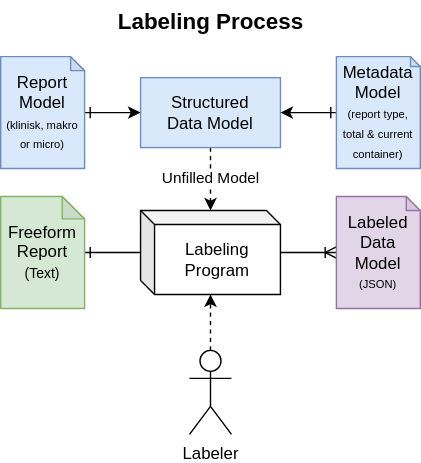
The draw.io diagram figures/Labeling.drawio.svg in Veggissss/FFT2SD, before a commit. Source tidied: cells renumbered, new cells last; positions are measured from the earlier drawing's top-left corner, leaving out a move shared by most shapes.
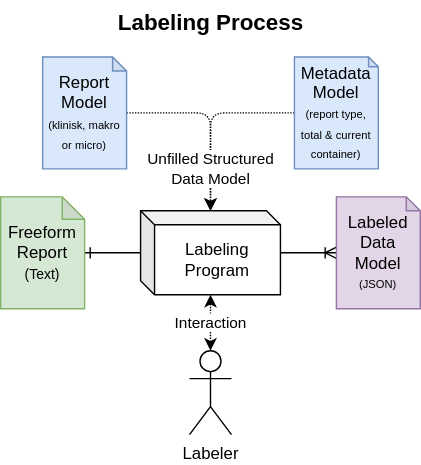
Above is the later version.

The edit, as a diff of the source:
```diff
@@ -2,52 +2,49 @@
   <root>
     <mxCell id="0" />
     <mxCell id="1" parent="0" />
-    <mxCell id="2" style="edgeStyle=orthogonalEdgeStyle;rounded=0;jettySize=auto;html=1;dashed=1;" parent="1" edge="1" source="4" target="8">
-      <mxGeometry relative="1" as="geometry" />
-    </mxCell>
-    <mxCell id="3" value="Unfilled Model" style="edgeLabel;html=1;align=center;verticalAlign=middle;" parent="2" vertex="1">
-      <mxGeometry x="-0.35" relative="1" as="geometry">
-        <mxPoint y="7" as="offset" />
-      </mxGeometry>
-    </mxCell>
-    <mxCell id="4" value="Structured Data&amp;nbsp;&lt;span style=&quot;background-color: initial;&quot;&gt;Model&lt;/span&gt;" style="rounded=0;whiteSpace=wrap;html=1;fillColor=#dae8fc;strokeColor=#6c8ebf;" parent="1" vertex="1">
-      <mxGeometry x="100" y="55" width="100" height="50" as="geometry" />
-    </mxCell>
-    <mxCell id="5" style="edgeStyle=orthogonalEdgeStyle;rounded=0;jettySize=auto;html=1;startArrow=ERone;startFill=0;endArrow=none;endFill=0;" parent="1" edge="1" source="6" target="8">
+    <mxCell id="5" style="edgeStyle=orthogonalEdgeStyle;rounded=1;jettySize=auto;html=1;startArrow=ERone;startFill=0;endArrow=none;endFill=0;" parent="1" edge="1" source="6" target="8">
       <mxGeometry relative="1" as="geometry" />
     </mxCell>
-    <mxCell id="6" value="Freeform&lt;div&gt;Report&lt;/div&gt;&lt;div&gt;&lt;font size=&quot;1&quot;&gt;(Text)&lt;/font&gt;&lt;/div&gt;" style="shape=note;whiteSpace=wrap;html=1;backgroundOutline=1;darkOpacity=0.05;size=16;fillColor=#d5e8d4;strokeColor=#82b366;" parent="1" vertex="1">
+    <mxCell id="6" value="Freeform&lt;div&gt;Report&lt;/div&gt;&lt;div&gt;&lt;font size=&quot;1&quot;&gt;(Text)&lt;/font&gt;&lt;/div&gt;" style="shape=note;whiteSpace=wrap;html=1;backgroundOutline=1;darkOpacity=0.05;size=16;fillColor=#d5e8d4;strokeColor=#82b366;rounded=1;" parent="1" vertex="1">
       <mxGeometry y="140" width="60" height="80" as="geometry" />
     </mxCell>
-    <mxCell id="7" style="edgeStyle=orthogonalEdgeStyle;rounded=0;jettySize=auto;html=1;endArrow=ERoneToMany;endFill=0;startArrow=none;startFill=0;" parent="1" edge="1" source="8" target="9">
+    <mxCell id="7" style="edgeStyle=orthogonalEdgeStyle;rounded=1;jettySize=auto;html=1;endArrow=ERoneToMany;endFill=0;startArrow=none;startFill=0;" parent="1" edge="1" source="8" target="9">
       <mxGeometry relative="1" as="geometry" />
     </mxCell>
-    <mxCell id="8" value="Labeling&lt;div&gt;Program&lt;/div&gt;" style="shape=cube;whiteSpace=wrap;html=1;boundedLbl=1;backgroundOutline=1;darkOpacity=0.05;darkOpacity2=0.1;size=10;" parent="1" vertex="1">
+    <mxCell id="8" value="Labeling&lt;div&gt;Program&lt;/div&gt;" style="shape=cube;whiteSpace=wrap;html=1;boundedLbl=1;backgroundOutline=1;darkOpacity=0.05;darkOpacity2=0.1;size=10;rounded=1;" parent="1" vertex="1">
       <mxGeometry x="100" y="150" width="100" height="60" as="geometry" />
     </mxCell>
-    <mxCell id="9" value="Labeled&lt;div&gt;Data Model&lt;/div&gt;&lt;div&gt;&lt;font style=&quot;font-size: 8px;&quot;&gt;(JSON)&lt;/font&gt;&lt;/div&gt;" style="shape=note;whiteSpace=wrap;html=1;backgroundOutline=1;darkOpacity=0.05;size=10;fillColor=#e1d5e7;strokeColor=#9673a6;" parent="1" vertex="1">
+    <mxCell id="9" value="Labeled&lt;div&gt;Data Model&lt;/div&gt;&lt;div&gt;&lt;font style=&quot;font-size: 8px;&quot;&gt;(JSON)&lt;/font&gt;&lt;/div&gt;" style="shape=note;whiteSpace=wrap;html=1;backgroundOutline=1;darkOpacity=0.05;size=10;fillColor=#e1d5e7;strokeColor=#9673a6;rounded=1;" parent="1" vertex="1">
       <mxGeometry x="240" y="140" width="60" height="80" as="geometry" />
     </mxCell>
-    <mxCell id="10" style="edgeStyle=orthogonalEdgeStyle;rounded=0;jettySize=auto;html=1;dashed=1;" parent="1" edge="1" source="11" target="8">
+    <mxCell id="10" style="edgeStyle=orthogonalEdgeStyle;rounded=1;jettySize=auto;html=1;dashed=1;dashPattern=1 1;startArrow=classic;startFill=1;" parent="1" edge="1" source="11" target="8">
       <mxGeometry relative="1" as="geometry" />
     </mxCell>
+    <mxCell id="17" value="Interaction" style="edgeLabel;html=1;align=center;verticalAlign=middle;rounded=1;" parent="10" vertex="1">
+      <mxGeometry x="0.03" relative="1" as="geometry" />
+    </mxCell>
-    <mxCell id="11" value="Labeler" style="shape=umlActor;verticalLabelPosition=bottom;verticalAlign=top;html=1;outlineConnect=0;" parent="1" vertex="1">
+    <mxCell id="11" value="Labeler" style="shape=umlActor;verticalLabelPosition=bottom;verticalAlign=top;html=1;outlineConnect=0;rounded=1;" parent="1" vertex="1">
       <mxGeometry x="135" y="250" width="30" height="60" as="geometry" />
     </mxCell>
-    <mxCell id="12" style="edgeStyle=orthogonalEdgeStyle;rounded=0;jettySize=auto;html=1;startArrow=ERone;startFill=0;" parent="1" edge="1" source="13" target="4">
-      <mxGeometry relative="1" as="geometry" />
-    </mxCell>
+    <mxCell id="18" style="edgeStyle=orthogonalEdgeStyle;rounded=1;jettySize=auto;html=1;dashed=1;dashPattern=1 1;" parent="1" edge="1" source="13" target="8">
+      <mxGeometry relative="1" as="geometry" />
+    </mxCell>
-    <mxCell id="13" value="Report Model&lt;div&gt;&lt;span style=&quot;font-size: 8px;&quot;&gt;(klinisk, makro or micro)&lt;/span&gt;&lt;/div&gt;" style="shape=note;whiteSpace=wrap;html=1;backgroundOutline=1;darkOpacity=0.05;size=10;fillColor=#dae8fc;strokeColor=#6c8ebf;" parent="1" vertex="1">
-      <mxGeometry y="40" width="60" height="80" as="geometry" />
+    <mxCell id="13" value="Report Model&lt;div&gt;&lt;span style=&quot;font-size: 8px;&quot;&gt;(klinisk, makro or micro)&lt;/span&gt;&lt;/div&gt;" style="shape=note;whiteSpace=wrap;html=1;backgroundOutline=1;darkOpacity=0.05;size=10;fillColor=#dae8fc;strokeColor=#6c8ebf;rounded=1;" parent="1" vertex="1">
+      <mxGeometry x="30" y="40" width="60" height="80" as="geometry" />
     </mxCell>
-    <mxCell id="14" style="edgeStyle=orthogonalEdgeStyle;rounded=0;jettySize=auto;html=1;startArrow=ERone;startFill=0;" parent="1" edge="1" source="15" target="4">
-      <mxGeometry relative="1" as="geometry" />
-    </mxCell>
+    <mxCell id="16" value="&lt;div&gt;&lt;b style=&quot;background-color: initial;&quot;&gt;&lt;font style=&quot;font-size: 16px;&quot;&gt;Labeling Process&lt;/font&gt;&lt;/b&gt;&lt;/div&gt;" style="text;html=1;align=center;verticalAlign=middle;strokeColor=none;fillColor=none;rounded=1;" parent="1" vertex="1">
+      <mxGeometry x="70" width="160" height="30" as="geometry" />
+    </mxCell>
+    <mxCell id="19" style="edgeStyle=orthogonalEdgeStyle;rounded=1;jettySize=auto;html=1;dashed=1;dashPattern=1 1;" parent="1" edge="1" source="15" target="8">
+      <mxGeometry relative="1" as="geometry" />
+    </mxCell>
+    <mxCell id="20" value="Unfilled&amp;nbsp;&lt;span style=&quot;background-color: light-dark(#ffffff, var(--ge-dark-color, #121212)); color: light-dark(rgb(0, 0, 0), rgb(255, 255, 255));&quot;&gt;Structured&lt;/span&gt;&lt;div&gt;&lt;span style=&quot;background-color: light-dark(#ffffff, var(--ge-dark-color, #121212)); color: light-dark(rgb(0, 0, 0), rgb(255, 255, 255));&quot;&gt;Data Model&lt;/span&gt;&lt;/div&gt;" style="edgeLabel;html=1;align=center;verticalAlign=middle;rounded=1;" parent="19" vertex="1">
+      <mxGeometry x="0.55" relative="1" as="geometry">
+        <mxPoint y="-1" as="offset" />
+      </mxGeometry>
+    </mxCell>
-    <mxCell id="15" value="Metadata&lt;div&gt;Model&lt;/div&gt;&lt;div&gt;&lt;font style=&quot;font-size: 8px;&quot;&gt;(report type, total &amp;amp; current container)&lt;/font&gt;&lt;/div&gt;" style="shape=note;whiteSpace=wrap;html=1;backgroundOutline=1;darkOpacity=0.05;size=7;fillColor=#dae8fc;strokeColor=#6c8ebf;" parent="1" vertex="1">
-      <mxGeometry x="240" y="40" width="60" height="80" as="geometry" />
+    <mxCell id="15" value="Metadata&lt;div&gt;Model&lt;/div&gt;&lt;div&gt;&lt;font style=&quot;font-size: 8px;&quot;&gt;(report type, total &amp;amp; current container)&lt;/font&gt;&lt;/div&gt;" style="shape=note;whiteSpace=wrap;html=1;backgroundOutline=1;darkOpacity=0.05;size=7;fillColor=#dae8fc;strokeColor=#6c8ebf;rounded=1;" parent="1" vertex="1">
+      <mxGeometry x="210" y="40" width="60" height="80" as="geometry" />
     </mxCell>
-    <mxCell id="16" value="&lt;div&gt;&lt;b style=&quot;background-color: initial;&quot;&gt;&lt;font style=&quot;font-size: 16px;&quot;&gt;Labeling Process&lt;/font&gt;&lt;/b&gt;&lt;/div&gt;" style="text;html=1;align=center;verticalAlign=middle;strokeColor=none;fillColor=none;rounded=1;" parent="1" vertex="1">
-      <mxGeometry x="70" width="160" height="30" as="geometry" />
-    </mxCell>
   </root>
 </mxGraphModel>
```
